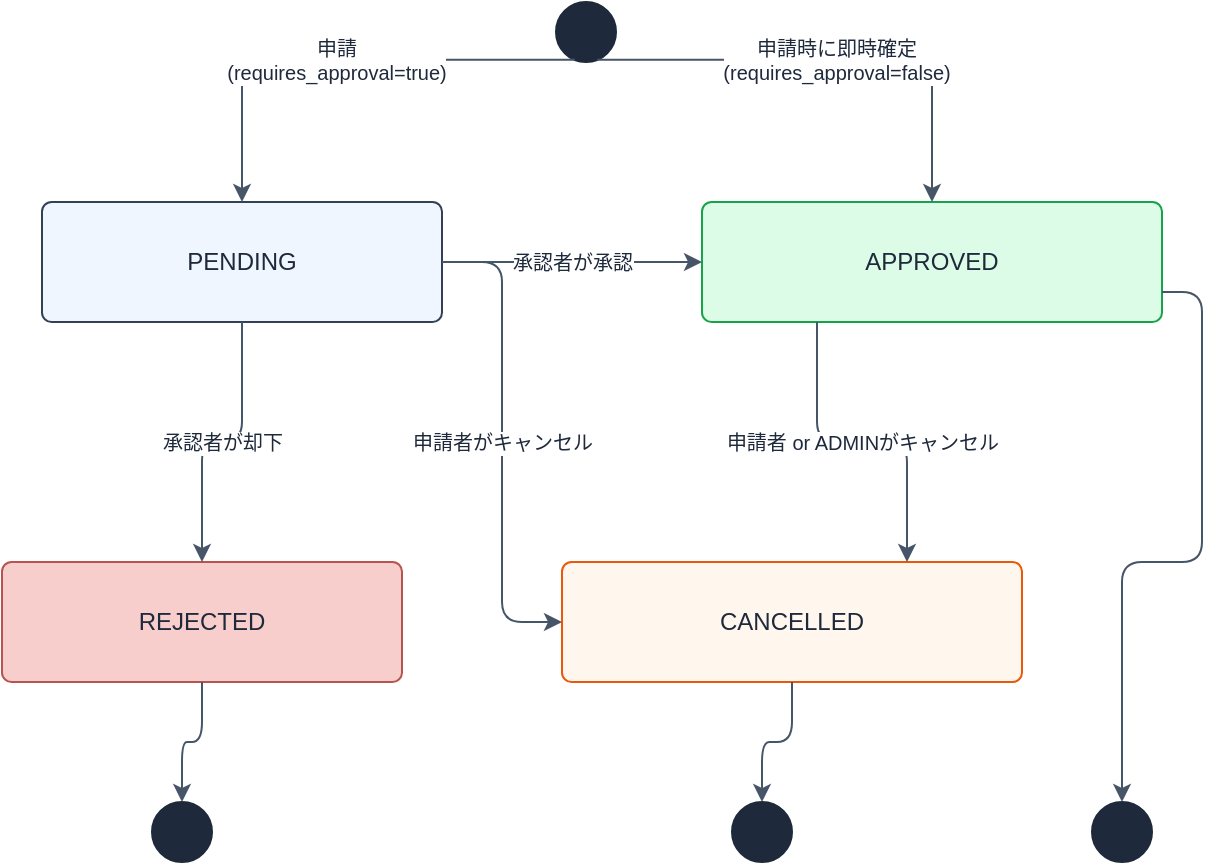
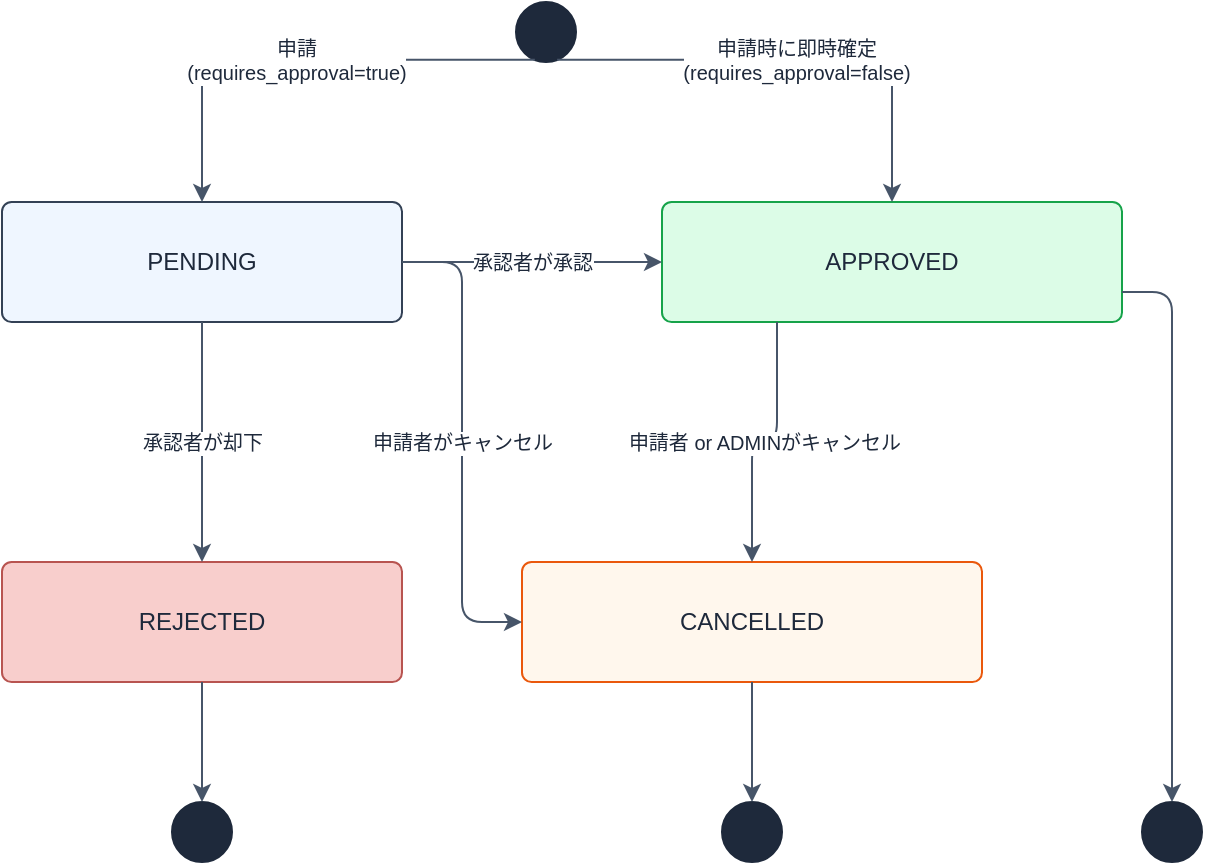
- <?xml version="1.0" encoding="UTF-8"?>
- <mxfile host="drawio" version="26.0.0">
-   <diagram name="予約ステータス遷移">
-     <mxGraphModel>
-       <root>
-         <mxCell id="0" />
-         <mxCell id="1" parent="0" />
-         <!-- 開始状態 -->
-         <mxCell id="2" value="" style="ellipse;aspect=fixed;fillColor=#1E293B;strokeColor=#1E293B;" vertex="1" parent="1">
-           <mxGeometry x="327" y="20" width="30" height="30" as="geometry" />
-         </mxCell>
-         <!-- PENDING -->
-         <mxCell id="3" value="PENDING" style="rounded=1;whiteSpace=wrap;html=1;fillColor=#EFF6FF;strokeColor=#334155;fontColor=#1E293B;arcSize=8;" vertex="1" parent="1">
-           <mxGeometry x="70" y="120" width="200" height="60" as="geometry" />
-         </mxCell>
-         <!-- APPROVED -->
-         <mxCell id="4" value="APPROVED" style="rounded=1;whiteSpace=wrap;html=1;fillColor=#DCFCE7;strokeColor=#16A34A;fontColor=#1E293B;arcSize=8;" vertex="1" parent="1">
-           <mxGeometry x="400" y="120" width="230" height="60" as="geometry" />
-         </mxCell>
-         <!-- REJECTED -->
-         <mxCell id="5" value="REJECTED" style="rounded=1;whiteSpace=wrap;html=1;fillColor=#f8cecc;strokeColor=#b85450;fontColor=#1E293B;arcSize=8;" vertex="1" parent="1">
-           <mxGeometry x="50" y="300" width="200" height="60" as="geometry" />
-         </mxCell>
-         <!-- CANCELLED -->
-         <mxCell id="6" value="CANCELLED" style="rounded=1;whiteSpace=wrap;html=1;fillColor=#FFF7ED;strokeColor=#EA580C;fontColor=#1E293B;arcSize=8;" vertex="1" parent="1">
-           <mxGeometry x="330" y="300" width="230" height="60" as="geometry" />
-         </mxCell>
-         <!-- 終了状態 (APPROVED後) -->
-         <mxCell id="7" value="" style="ellipse;aspect=fixed;fillColor=#1E293B;strokeColor=#1E293B;" vertex="1" parent="1">
-           <mxGeometry x="595" y="420" width="30" height="30" as="geometry" />
-         </mxCell>
-         <!-- 終了状態 (REJECTED後) -->
-         <mxCell id="8" value="" style="ellipse;aspect=fixed;fillColor=#1E293B;strokeColor=#1E293B;" vertex="1" parent="1">
-           <mxGeometry x="125" y="420" width="30" height="30" as="geometry" />
-         </mxCell>
-         <!-- 終了状態 (CANCELLED後) -->
-         <mxCell id="9" value="" style="ellipse;aspect=fixed;fillColor=#1E293B;strokeColor=#1E293B;" vertex="1" parent="1">
-           <mxGeometry x="415" y="420" width="30" height="30" as="geometry" />
-         </mxCell>
-         <!-- [*] -> PENDING : 申請（requires_approval=true） -->
-         <mxCell id="10" value="申請&#xa;(requires_approval=true)" style="edgeStyle=orthogonalEdgeStyle;rounded=1;orthogonalLoop=1;jettySize=auto;html=1;strokeColor=#475569;fontColor=#1E293B;fontSize=10;exitX=0.3;exitY=1;exitDx=0;exitDy=0;entryX=0.5;entryY=0;entryDx=0;entryDy=0;" edge="1" parent="1" source="2" target="3">
-           <mxGeometry relative="1" as="geometry" />
-         </mxCell>
-         <!-- [*] -> APPROVED : 申請時に即時確定（requires_approval=false） -->
-         <mxCell id="11" value="申請時に即時確定&#xa;(requires_approval=false)" style="edgeStyle=orthogonalEdgeStyle;rounded=1;orthogonalLoop=1;jettySize=auto;html=1;strokeColor=#475569;fontColor=#1E293B;fontSize=10;exitX=0.7;exitY=1;exitDx=0;exitDy=0;entryX=0.5;entryY=0;entryDx=0;entryDy=0;" edge="1" parent="1" source="2" target="4">
-           <mxGeometry relative="1" as="geometry" />
-         </mxCell>
-         <!-- PENDING -> APPROVED : 承認者が承認 -->
-         <mxCell id="12" value="承認者が承認" style="edgeStyle=orthogonalEdgeStyle;rounded=1;orthogonalLoop=1;jettySize=auto;html=1;strokeColor=#475569;fontColor=#1E293B;fontSize=10;exitX=1;exitY=0.5;exitDx=0;exitDy=0;entryX=0;entryY=0.5;entryDx=0;entryDy=0;" edge="1" parent="1" source="3" target="4">
-           <mxGeometry relative="1" as="geometry" />
-         </mxCell>
-         <!-- PENDING -> REJECTED : 承認者が却下 -->
-         <mxCell id="13" value="承認者が却下" style="edgeStyle=orthogonalEdgeStyle;rounded=1;orthogonalLoop=1;jettySize=auto;html=1;strokeColor=#475569;fontColor=#1E293B;fontSize=10;exitX=0.5;exitY=1;exitDx=0;exitDy=0;entryX=0.5;entryY=0;entryDx=0;entryDy=0;" edge="1" parent="1" source="3" target="5">
-           <mxGeometry relative="1" as="geometry" />
-         </mxCell>
-         <!-- PENDING -> CANCELLED : 申請者がキャンセル（waypoint で REJECTED を回避） -->
-         <mxCell id="14" value="申請者がキャンセル" style="edgeStyle=orthogonalEdgeStyle;rounded=1;orthogonalLoop=1;jettySize=auto;html=1;strokeColor=#475569;fontColor=#1E293B;fontSize=10;exitX=1;exitY=0.5;exitDx=0;exitDy=0;entryX=0;entryY=0.5;entryDx=0;entryDy=0;" edge="1" parent="1" source="3" target="6">
-           <mxGeometry relative="1" as="geometry">
-             <Array as="points">
-               <mxPoint x="300" y="150" />
-               <mxPoint x="300" y="330" />
-             </Array>
-           </mxGeometry>
-         </mxCell>
-         <!-- APPROVED -> CANCELLED : 申請者 or ADMIN がキャンセル -->
-         <mxCell id="15" value="申請者 or ADMINがキャンセル" style="edgeStyle=orthogonalEdgeStyle;rounded=1;orthogonalLoop=1;jettySize=auto;html=1;strokeColor=#475569;fontColor=#1E293B;fontSize=10;exitX=0.25;exitY=1;exitDx=0;exitDy=0;entryX=0.75;entryY=0;entryDx=0;entryDy=0;" edge="1" parent="1" source="4" target="6">
-           <mxGeometry relative="1" as="geometry" />
-         </mxCell>
-         <!-- APPROVED -> [*] -->
-         <mxCell id="16" value="" style="edgeStyle=orthogonalEdgeStyle;rounded=1;orthogonalLoop=1;jettySize=auto;html=1;strokeColor=#475569;exitX=1;exitY=0.75;exitDx=0;exitDy=0;entryX=0.5;entryY=0;entryDx=0;entryDy=0;" edge="1" parent="1" source="4" target="7">
-           <mxGeometry relative="1" as="geometry" />
-         </mxCell>
-         <!-- REJECTED -> [*] -->
-         <mxCell id="17" value="" style="edgeStyle=orthogonalEdgeStyle;rounded=1;orthogonalLoop=1;jettySize=auto;html=1;strokeColor=#475569;exitX=0.5;exitY=1;exitDx=0;exitDy=0;entryX=0.5;entryY=0;entryDx=0;entryDy=0;" edge="1" parent="1" source="5" target="8">
-           <mxGeometry relative="1" as="geometry" />
-         </mxCell>
-         <!-- CANCELLED -> [*] -->
-         <mxCell id="18" value="" style="edgeStyle=orthogonalEdgeStyle;rounded=1;orthogonalLoop=1;jettySize=auto;html=1;strokeColor=#475569;exitX=0.5;exitY=1;exitDx=0;exitDy=0;entryX=0.5;entryY=0;entryDx=0;entryDy=0;" edge="1" parent="1" source="6" target="9">
-           <mxGeometry relative="1" as="geometry" />
-         </mxCell>
-       </root>
-     </mxGraphModel>
-   </diagram>
- </mxfile>
+ <mxfile host="65bd71144e">
+     <diagram name="予約ステータス遷移" id="0">
+         <mxGraphModel dx="405" dy="824" grid="1" gridSize="10" guides="1" tooltips="1" connect="1" arrows="1" fold="1" page="1" pageScale="1" pageWidth="827" pageHeight="1169" math="0" shadow="0">
+             <root>
+                 <mxCell id="0"/>
+                 <mxCell id="1" parent="0"/>
+                 <mxCell id="2" value="" style="ellipse;aspect=fixed;fillColor=#1E293B;strokeColor=#1E293B;" parent="1" vertex="1">
+                     <mxGeometry x="327" y="20" width="30" height="30" as="geometry"/>
+                 </mxCell>
+                 <mxCell id="3" value="PENDING" style="rounded=1;whiteSpace=wrap;html=1;fillColor=#EFF6FF;strokeColor=#334155;fontColor=#1E293B;arcSize=8;" parent="1" vertex="1">
+                     <mxGeometry x="70" y="120" width="200" height="60" as="geometry"/>
+                 </mxCell>
+                 <mxCell id="4" value="APPROVED" style="rounded=1;whiteSpace=wrap;html=1;fillColor=#DCFCE7;strokeColor=#16A34A;fontColor=#1E293B;arcSize=8;" parent="1" vertex="1">
+                     <mxGeometry x="400" y="120" width="230" height="60" as="geometry"/>
+                 </mxCell>
+                 <mxCell id="5" value="REJECTED" style="rounded=1;whiteSpace=wrap;html=1;fillColor=#f8cecc;strokeColor=#b85450;fontColor=#1E293B;arcSize=8;" parent="1" vertex="1">
+                     <mxGeometry x="70" y="300" width="200" height="60" as="geometry"/>
+                 </mxCell>
+                 <mxCell id="6" value="CANCELLED" style="rounded=1;whiteSpace=wrap;html=1;fillColor=#FFF7ED;strokeColor=#EA580C;fontColor=#1E293B;arcSize=8;" parent="1" vertex="1">
+                     <mxGeometry x="330" y="300" width="230" height="60" as="geometry"/>
+                 </mxCell>
+                 <mxCell id="7" value="" style="ellipse;aspect=fixed;fillColor=#1E293B;strokeColor=#1E293B;" parent="1" vertex="1">
+                     <mxGeometry x="640" y="420" width="30" height="30" as="geometry"/>
+                 </mxCell>
+                 <mxCell id="8" value="" style="ellipse;aspect=fixed;fillColor=#1E293B;strokeColor=#1E293B;" parent="1" vertex="1">
+                     <mxGeometry x="155" y="420" width="30" height="30" as="geometry"/>
+                 </mxCell>
+                 <mxCell id="9" value="" style="ellipse;aspect=fixed;fillColor=#1E293B;strokeColor=#1E293B;" parent="1" vertex="1">
+                     <mxGeometry x="430" y="420" width="30" height="30" as="geometry"/>
+                 </mxCell>
+                 <mxCell id="10" value="申請&#xa;(requires_approval=true)" style="edgeStyle=orthogonalEdgeStyle;rounded=1;orthogonalLoop=1;jettySize=auto;html=1;strokeColor=#475569;fontColor=#1E293B;fontSize=10;exitX=0.3;exitY=1;exitDx=0;exitDy=0;entryX=0.5;entryY=0;entryDx=0;entryDy=0;" parent="1" source="2" target="3" edge="1">
+                     <mxGeometry relative="1" as="geometry"/>
+                 </mxCell>
+                 <mxCell id="11" value="申請時に即時確定&#xa;(requires_approval=false)" style="edgeStyle=orthogonalEdgeStyle;rounded=1;orthogonalLoop=1;jettySize=auto;html=1;strokeColor=#475569;fontColor=#1E293B;fontSize=10;exitX=0.7;exitY=1;exitDx=0;exitDy=0;entryX=0.5;entryY=0;entryDx=0;entryDy=0;" parent="1" source="2" target="4" edge="1">
+                     <mxGeometry relative="1" as="geometry"/>
+                 </mxCell>
+                 <mxCell id="12" value="承認者が承認" style="edgeStyle=orthogonalEdgeStyle;rounded=1;orthogonalLoop=1;jettySize=auto;html=1;strokeColor=#475569;fontColor=#1E293B;fontSize=10;exitX=1;exitY=0.5;exitDx=0;exitDy=0;entryX=0;entryY=0.5;entryDx=0;entryDy=0;" parent="1" source="3" target="4" edge="1">
+                     <mxGeometry relative="1" as="geometry"/>
+                 </mxCell>
+                 <mxCell id="13" value="承認者が却下" style="edgeStyle=orthogonalEdgeStyle;rounded=1;orthogonalLoop=1;jettySize=auto;html=1;strokeColor=#475569;fontColor=#1E293B;fontSize=10;exitX=0.5;exitY=1;exitDx=0;exitDy=0;entryX=0.5;entryY=0;entryDx=0;entryDy=0;" parent="1" source="3" target="5" edge="1">
+                     <mxGeometry relative="1" as="geometry"/>
+                 </mxCell>
+                 <mxCell id="14" value="申請者がキャンセル" style="edgeStyle=orthogonalEdgeStyle;rounded=1;orthogonalLoop=1;jettySize=auto;html=1;strokeColor=#475569;fontColor=#1E293B;fontSize=10;exitX=1;exitY=0.5;exitDx=0;exitDy=0;entryX=0;entryY=0.5;entryDx=0;entryDy=0;" parent="1" source="3" target="6" edge="1">
+                     <mxGeometry relative="1" as="geometry">
+                         <Array as="points">
+                             <mxPoint x="300" y="150"/>
+                             <mxPoint x="300" y="330"/>
+                         </Array>
+                     </mxGeometry>
+                 </mxCell>
+                 <mxCell id="15" value="申請者 or ADMINがキャンセル" style="edgeStyle=orthogonalEdgeStyle;rounded=1;orthogonalLoop=1;jettySize=auto;html=1;strokeColor=#475569;fontColor=#1E293B;fontSize=10;exitX=0.25;exitY=1;exitDx=0;exitDy=0;entryX=0.5;entryY=0;entryDx=0;entryDy=0;" parent="1" source="4" target="6" edge="1">
+                     <mxGeometry relative="1" as="geometry"/>
+                 </mxCell>
+                 <mxCell id="16" value="" style="edgeStyle=orthogonalEdgeStyle;rounded=1;orthogonalLoop=1;jettySize=auto;html=1;strokeColor=#475569;exitX=1;exitY=0.75;exitDx=0;exitDy=0;entryX=0.5;entryY=0;entryDx=0;entryDy=0;" parent="1" source="4" target="7" edge="1">
+                     <mxGeometry relative="1" as="geometry"/>
+                 </mxCell>
+                 <mxCell id="17" value="" style="edgeStyle=orthogonalEdgeStyle;rounded=1;orthogonalLoop=1;jettySize=auto;html=1;strokeColor=#475569;exitX=0.5;exitY=1;exitDx=0;exitDy=0;entryX=0.5;entryY=0;entryDx=0;entryDy=0;" parent="1" source="5" target="8" edge="1">
+                     <mxGeometry relative="1" as="geometry"/>
+                 </mxCell>
+                 <mxCell id="18" value="" style="edgeStyle=orthogonalEdgeStyle;rounded=1;orthogonalLoop=1;jettySize=auto;html=1;strokeColor=#475569;exitX=0.5;exitY=1;exitDx=0;exitDy=0;entryX=0.5;entryY=0;entryDx=0;entryDy=0;" parent="1" source="6" target="9" edge="1">
+                     <mxGeometry relative="1" as="geometry"/>
+                 </mxCell>
+             </root>
+         </mxGraphModel>
+     </diagram>
+ </mxfile>